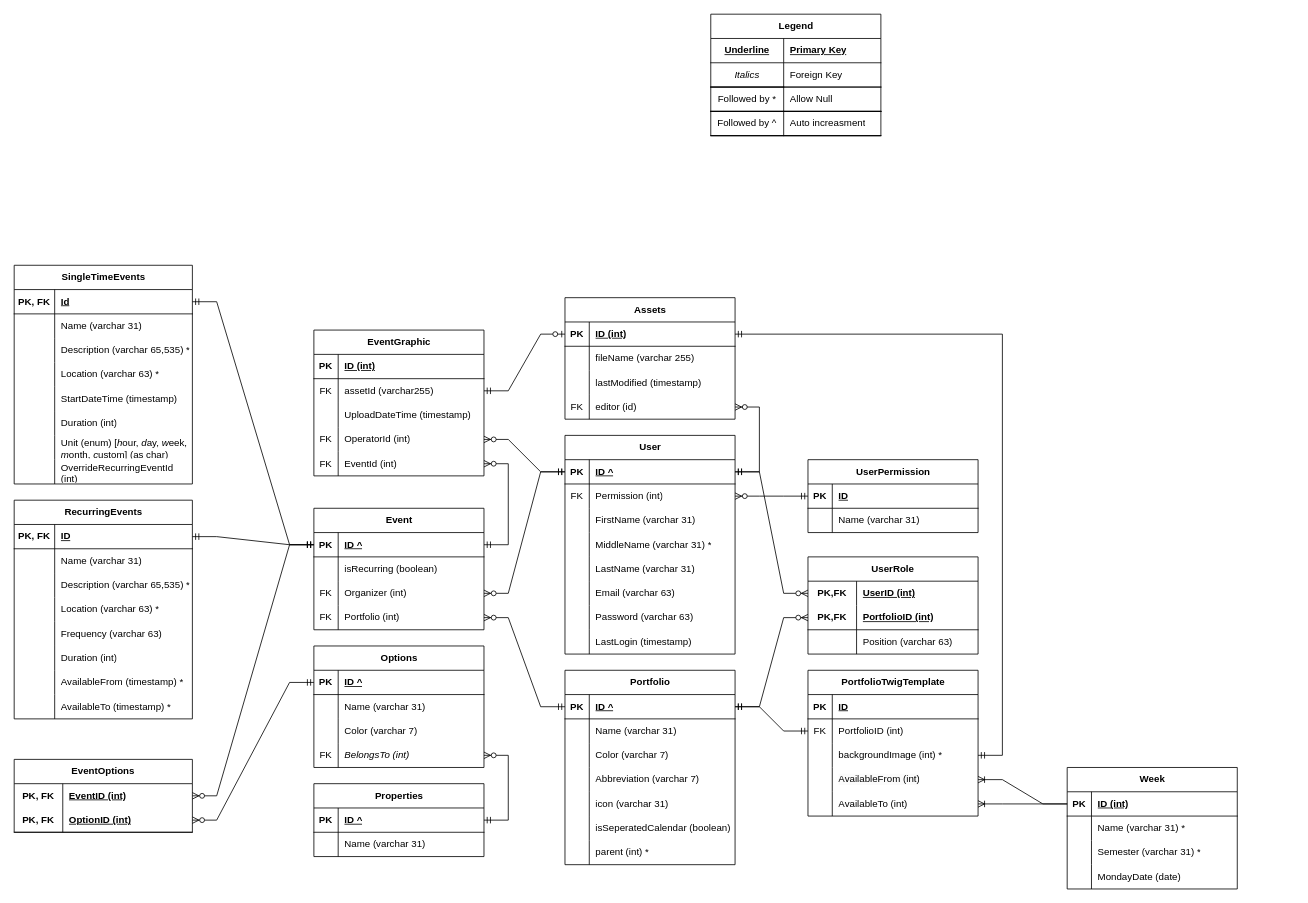
This is design/eTWIG.ER.drawio from stewebb/eTWIG, a draw.io file, before an edit. Source tidied: cells renumbered, new cells numbered last; positions are measured from the earlier drawing's top-left corner, leaving out a move shared by most shapes. Both pictures are drawn from the tidied source at 81%, with x=0, y=0 at pixel (14, 14).
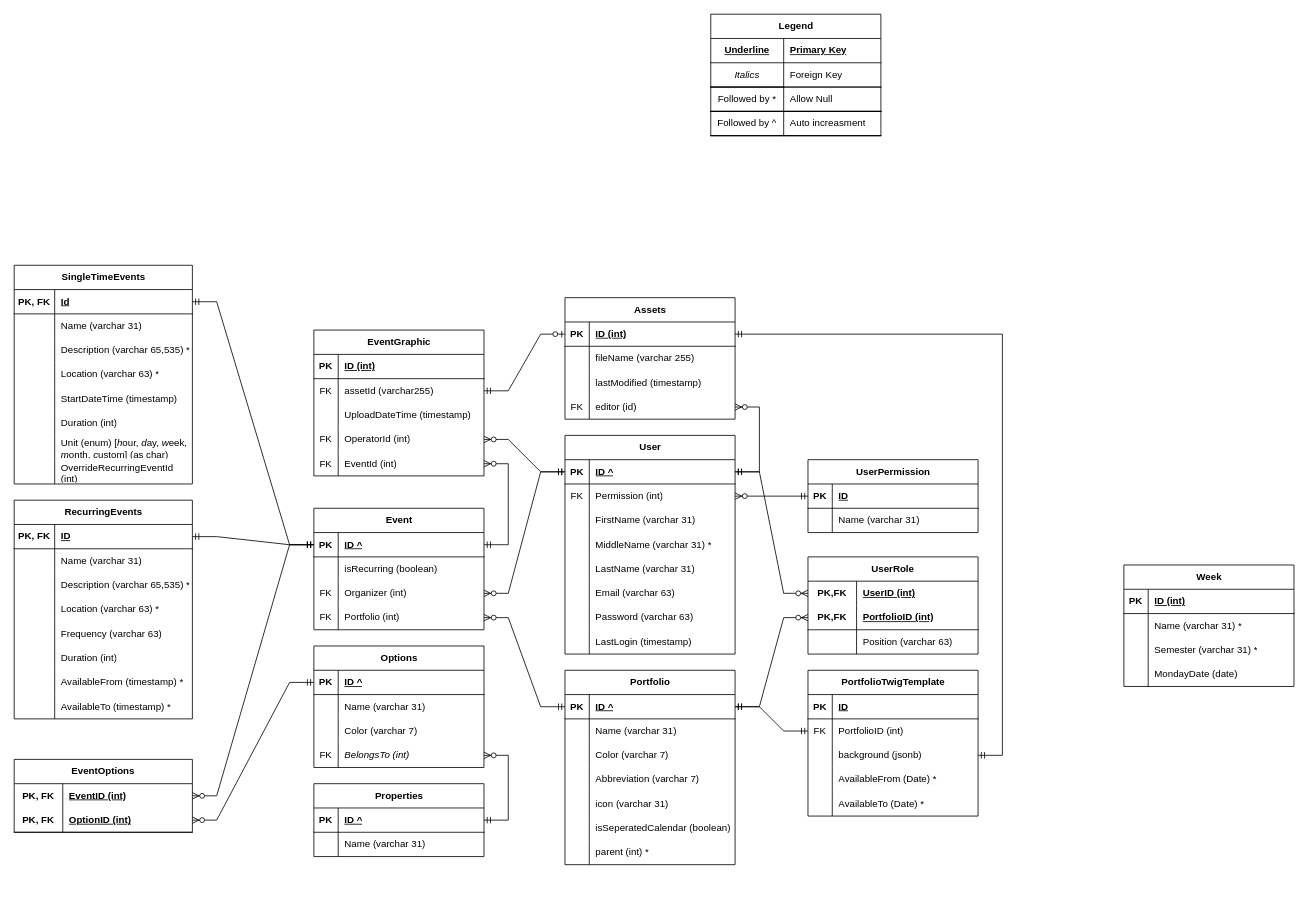
The same page after the edit.

Unchanged cells that the change refers to:
```xml
<mxCell id="3" style="shape=tableRow;horizontal=0;startSize=0;swimlaneHead=0;swimlaneBody=0;fillColor=none;points=[[0,0.5],[1,0.5]];portConstraint=eastwest;top=0;left=0;right=0;bottom=1;" parent="2" vertex="1">
  <mxGeometry y="30" width="210" height="30" as="geometry" />
</mxCell>
<mxCell id="234" style="shape=tableRow;horizontal=0;startSize=0;swimlaneHead=0;swimlaneBody=0;fillColor=none;points=[[0,0.5],[1,0.5]];portConstraint=eastwest;top=0;left=0;right=0;bottom=0;" parent="227" vertex="1">
  <mxGeometry y="90" width="210" height="30" as="geometry" />
</mxCell>
<mxCell id="237" style="shape=tableRow;horizontal=0;startSize=0;swimlaneHead=0;swimlaneBody=0;fillColor=none;points=[[0,0.5],[1,0.5]];portConstraint=eastwest;top=0;left=0;right=0;bottom=0;" parent="227" vertex="1">
  <mxGeometry y="120" width="210" height="30" as="geometry" />
</mxCell>
<mxCell id="240" style="shape=tableRow;horizontal=0;startSize=0;swimlaneHead=0;swimlaneBody=0;fillColor=none;points=[[0,0.5],[1,0.5]];portConstraint=eastwest;top=0;left=0;right=0;bottom=0;" parent="227" vertex="1">
  <mxGeometry y="150" width="210" height="30" as="geometry" />
</mxCell>
```

Change to the diagram source:
```diff
@@
     <mxCell id="2" value="Week" style="shape=table;startSize=30;childLayout=tableLayout;rowLines=0;fontStyle=1;align=center;html=1;" parent="1" vertex="1">
-      <mxGeometry x="1300" y="930" width="210" height="150" as="geometry" />
+      <mxGeometry x="1370" y="680" width="210" height="150" as="geometry" />
     </mxCell>
@@
-    <mxCell id="236" value="backgroundImage (int) *" style="shape=partialRectangle;fillColor=none;top=0;left=0;bottom=0;right=0;align=left;spacingLeft=6;overflow=hidden;whiteSpace=wrap;html=1;" parent="234" vertex="1">
+    <mxCell id="236" value="background (jsonb)" style="shape=partialRectangle;fillColor=none;top=0;left=0;bottom=0;right=0;align=left;spacingLeft=6;overflow=hidden;whiteSpace=wrap;html=1;" parent="234" vertex="1">
       <mxGeometry x="30" width="180" height="30" as="geometry" />
     </mxCell>
@@
-    <mxCell id="239" value="&lt;span style=&quot;color: rgb(0, 0, 0); font-family: Helvetica; font-size: 12px; font-style: normal; font-variant-ligatures: normal; font-variant-caps: normal; font-weight: 400; letter-spacing: normal; orphans: 2; text-align: left; text-indent: 0px; text-transform: none; widows: 2; word-spacing: 0px; -webkit-text-stroke-width: 0px; background-color: rgb(251, 251, 251); text-decoration-thickness: initial; text-decoration-style: initial; text-decoration-color: initial; float: none; display: inline !important;&quot;&gt;AvailableFrom (int)&lt;/span&gt;" style="shape=partialRectangle;fillColor=none;top=0;left=0;bottom=0;right=0;align=left;spacingLeft=6;overflow=hidden;whiteSpace=wrap;html=1;" parent="237" vertex="1">
+    <mxCell id="239" value="&lt;span style=&quot;color: rgb(0, 0, 0); font-family: Helvetica; font-size: 12px; font-style: normal; font-variant-ligatures: normal; font-variant-caps: normal; font-weight: 400; letter-spacing: normal; orphans: 2; text-align: left; text-indent: 0px; text-transform: none; widows: 2; word-spacing: 0px; -webkit-text-stroke-width: 0px; background-color: rgb(251, 251, 251); text-decoration-thickness: initial; text-decoration-style: initial; text-decoration-color: initial; float: none; display: inline !important;&quot;&gt;AvailableFrom (Date) *&lt;/span&gt;" style="shape=partialRectangle;fillColor=none;top=0;left=0;bottom=0;right=0;align=left;spacingLeft=6;overflow=hidden;whiteSpace=wrap;html=1;" parent="237" vertex="1">
       <mxGeometry x="30" width="180" height="30" as="geometry" />
     </mxCell>
@@
-    <mxCell id="242" value="AvailableTo (int)" style="shape=partialRectangle;fillColor=none;top=0;left=0;bottom=0;right=0;align=left;spacingLeft=6;overflow=hidden;whiteSpace=wrap;html=1;" parent="240" vertex="1">
+    <mxCell id="242" value="AvailableTo (Date) *" style="shape=partialRectangle;fillColor=none;top=0;left=0;bottom=0;right=0;align=left;spacingLeft=6;overflow=hidden;whiteSpace=wrap;html=1;" parent="240" vertex="1">
       <mxGeometry x="30" width="180" height="30" as="geometry" />
     </mxCell>
-    <mxCell id="243" style="edgeStyle=entityRelationEdgeStyle;fontSize=12;html=1;endArrow=ERoneToMany;rounded=0;exitX=0;exitY=0.5;exitDx=0;exitDy=0;entryX=1;entryY=0.5;entryDx=0;entryDy=0;" parent="1" edge="1" source="3" target="237">
-      <mxGeometry relative="1" as="geometry" />
-    </mxCell>
-    <mxCell id="244" style="edgeStyle=entityRelationEdgeStyle;fontSize=12;html=1;endArrow=ERoneToMany;rounded=0;entryX=1;entryY=0.5;entryDx=0;entryDy=0;exitX=0;exitY=0.5;exitDx=0;exitDy=0;" parent="1" edge="1" source="3" target="240">
-      <mxGeometry relative="1" as="geometry" />
-    </mxCell>
```
